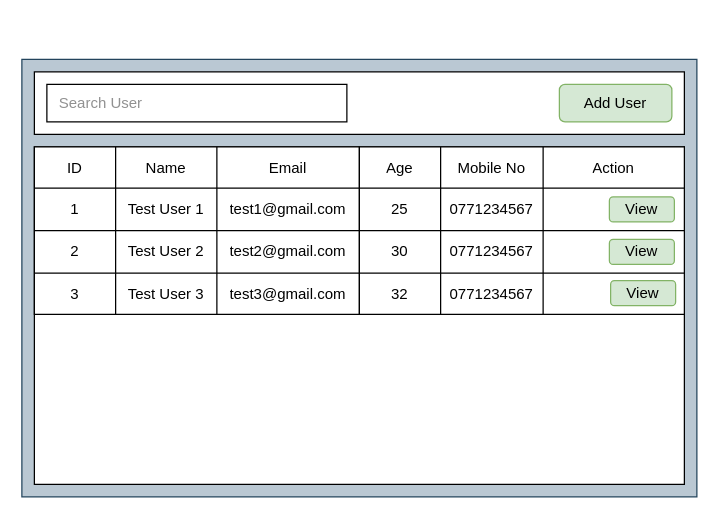
Above: user-management-system.drawio in thusithawick/user-management-system (draw.io), before the change. Source tidied: cells renumbered, new cells numbered last; positions are measured from the earlier drawing's top-left corner, leaving out a move shared by most shapes. Both pictures are drawn from the tidied source at 125%, with x=0, y=0 at pixel (21, 59).
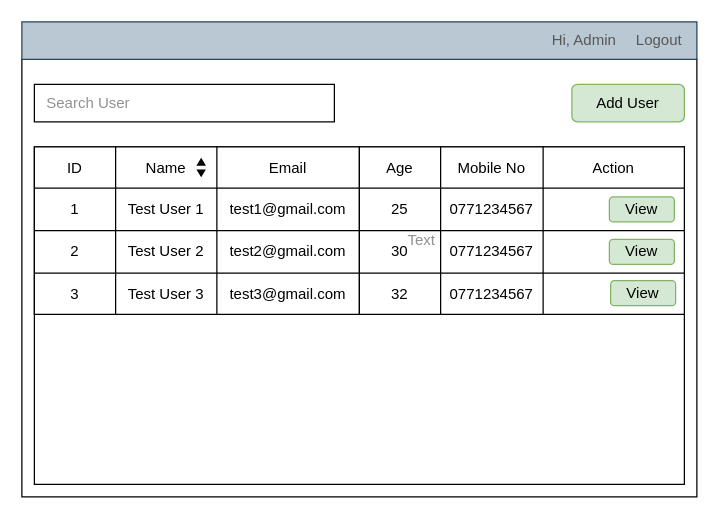
The same page after the edit.

The edit, as a diff of the source:
```diff
@@
-    <mxCell id="2" style="rounded=0;whiteSpace=wrap;html=1;fillColor=#bac8d3;strokeColor=#23445d;" parent="1" vertex="1">
+    <mxCell id="2" style="rounded=0;whiteSpace=wrap;html=1;" parent="1" vertex="1">
       <mxGeometry width="540" height="350" as="geometry" />
     </mxCell>
@@
-    <mxCell id="4" style="rounded=0;whiteSpace=wrap;html=1;" parent="1" vertex="1">
+    <mxCell id="4" style="rounded=0;whiteSpace=wrap;html=1;strokeColor=none;" parent="1" vertex="1">
       <mxGeometry x="10" y="10" width="520" height="50" as="geometry" />
     </mxCell>
     <mxCell id="5" value="Search User" style="rounded=0;whiteSpace=wrap;html=1;align=left;spacingLeft=8;fontColor=#919191;" parent="1" vertex="1">
-      <mxGeometry x="20" y="20" width="240" height="30" as="geometry" />
+      <mxGeometry x="10" y="20" width="240" height="30" as="geometry" />
     </mxCell>
     <mxCell id="6" value="Add User" style="rounded=1;whiteSpace=wrap;html=1;fillColor=#d5e8d4;strokeColor=#82b366;" parent="1" vertex="1">
-      <mxGeometry x="430" y="20" width="90" height="30" as="geometry" />
+      <mxGeometry x="440" y="20" width="90" height="30" as="geometry" />
     </mxCell>
@@
+    <mxCell id="44" style="rounded=0;whiteSpace=wrap;html=1;fillColor=#bac8d3;strokeColor=#23445d;" parent="1" vertex="1">
+      <mxGeometry y="-30" width="540" height="30" as="geometry" />
+    </mxCell>
+    <mxCell id="45" value="Text" style="text;html=1;strokeColor=none;fillColor=none;align=center;verticalAlign=middle;whiteSpace=wrap;rounded=0;fontColor=#919191;" parent="1" vertex="1">
+      <mxGeometry x="290" y="130" width="60" height="30" as="geometry" />
+    </mxCell>
+    <mxCell id="46" value="&lt;div&gt;&lt;font&gt;Logout&lt;/font&gt;&lt;/div&gt;" style="text;html=1;strokeColor=none;fillColor=none;align=center;verticalAlign=middle;whiteSpace=wrap;rounded=0;fontColor=#575757;" parent="1" vertex="1">
+      <mxGeometry x="480" y="-30" width="60" height="30" as="geometry" />
+    </mxCell>
+    <mxCell id="47" value="Hi, Admin" style="text;html=1;strokeColor=none;fillColor=none;align=center;verticalAlign=middle;whiteSpace=wrap;rounded=0;fontColor=#575757;" parent="1" vertex="1">
+      <mxGeometry x="420" y="-30" width="60" height="30" as="geometry" />
+    </mxCell>
+    <mxCell id="48" style="group;" parent="1" vertex="1">
+      <mxGeometry x="140" y="80" width="7" height="10" as="geometry" />
+    </mxCell>
+    <mxCell id="49" style="triangle;whiteSpace=wrap;html=1;fontColor=#575757;rotation=-90;fillColor=#0A0A0A;" parent="48" vertex="1">
+      <mxGeometry x="1" y="-0.9" width="4.9" height="5.9" as="geometry" />
+    </mxCell>
+    <mxCell id="50" style="triangle;whiteSpace=wrap;html=1;fontColor=#575757;rotation=90;fillColor=#0A0A0A;" parent="48" vertex="1">
+      <mxGeometry x="1" y="8" width="4.9" height="5.9" as="geometry" />
+    </mxCell>
```
